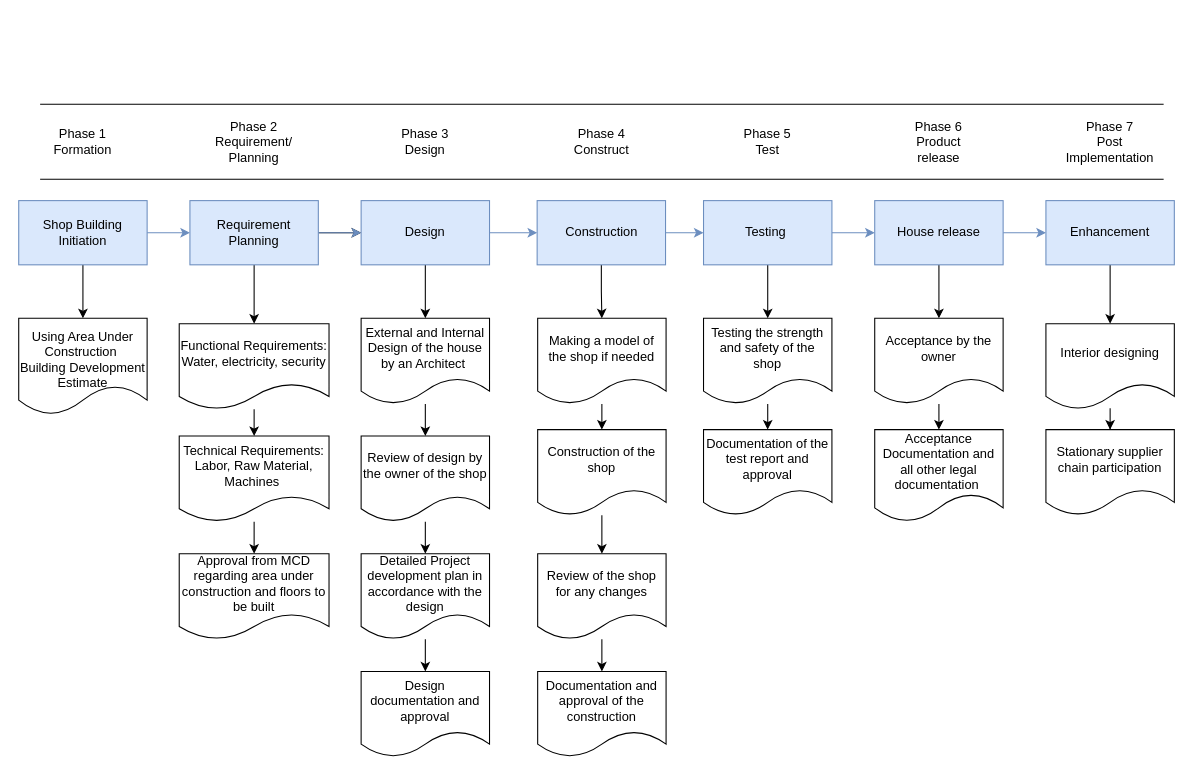
Before: SDLC for opening a stationary shop.drawio in Dikshit28/SEPM_Dikshit19csu379, a draw.io diagram. Source tidied: cells renumbered, new cells numbered last; positions are measured from the earlier drawing's top-left corner, leaving out a move shared by most shapes. Both pictures are drawn from the tidied source at 107%, with x=0, y=0 at pixel (18, 104).
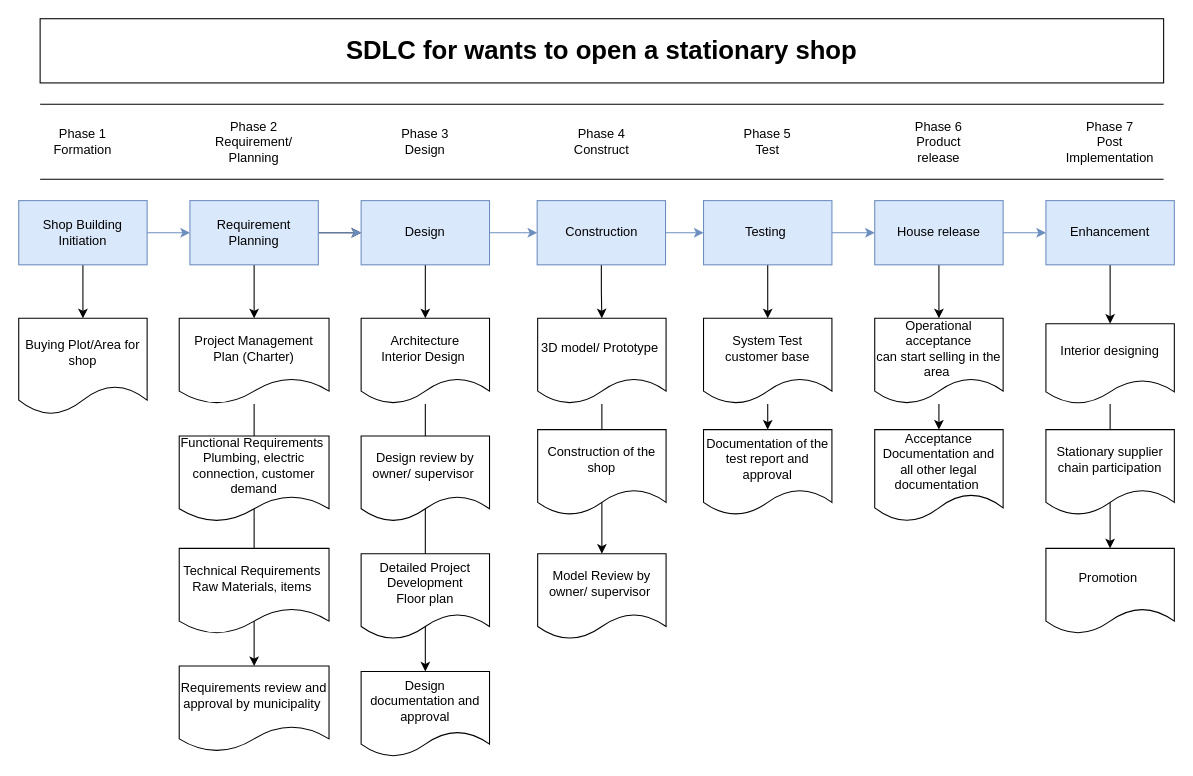
Above is the later version.

The change refers to these unchanged cells:
```xml
<mxCell id="8" value="Requirement&lt;br&gt;Planning" style="rounded=0;whiteSpace=wrap;html=1;fillColor=#dae8fc;strokeColor=#6c8ebf;" parent="1" vertex="1">
  <mxGeometry x="160" y="90" width="120" height="60" as="geometry" />
</mxCell>
<mxCell id="30" value="Construction of the shop" style="shape=document;whiteSpace=wrap;html=1;boundedLbl=1;rounded=0;" parent="1" vertex="1">
  <mxGeometry x="485" y="304" width="120" height="80" as="geometry" />
</mxCell>
<mxCell id="39" value="Design documentation and approval" style="shape=document;whiteSpace=wrap;html=1;boundedLbl=1;rounded=0;" parent="1" vertex="1">
  <mxGeometry x="320" y="530" width="120" height="80" as="geometry" />
</mxCell>
<mxCell id="51" value="Stationary supplier chain participation" style="shape=document;whiteSpace=wrap;html=1;boundedLbl=1;rounded=0;" parent="1" vertex="1">
  <mxGeometry x="960" y="304" width="120" height="80" as="geometry" />
</mxCell>
```

Change to the diagram source:
```diff
@@
-    <mxCell id="6" style="edgeStyle=orthogonalEdgeStyle;rounded=0;jettySize=auto;html=1;" parent="1" edge="1" source="8" target="14">
-      <mxGeometry relative="1" as="geometry" />
-    </mxCell>
@@
+    <mxCell id="61" style="edgeStyle=orthogonalEdgeStyle;rounded=0;jettySize=auto;html=1;" parent="1" edge="1" source="8" target="66">
+      <mxGeometry relative="1" as="geometry" />
+    </mxCell>
@@
-    <mxCell id="12" value="&lt;br&gt;Using Area Under Construction&amp;nbsp;&lt;br&gt;Building Development Estimate" style="shape=document;whiteSpace=wrap;html=1;boundedLbl=1;" parent="1" vertex="1">
+    <mxCell id="12" value="Buying Plot/Area for shop" style="shape=document;whiteSpace=wrap;html=1;boundedLbl=1;" parent="1" vertex="1">
       <mxGeometry y="200" width="120" height="90" as="geometry" />
     </mxCell>
-    <mxCell id="13" style="edgeStyle=orthogonalEdgeStyle;rounded=0;jettySize=auto;html=1;" parent="1" edge="1" source="14" target="16">
-      <mxGeometry relative="1" as="geometry" />
-    </mxCell>
-    <mxCell id="14" value="Functional Requirements:&lt;br&gt;Water, electricity, security" style="shape=document;whiteSpace=wrap;html=1;boundedLbl=1;rounded=0;" parent="1" vertex="1">
-      <mxGeometry x="150" y="205" width="140" height="80" as="geometry" />
-    </mxCell>
-    <mxCell id="15" style="edgeStyle=orthogonalEdgeStyle;rounded=0;jettySize=auto;html=1;" parent="1" edge="1" source="16" target="17">
-      <mxGeometry relative="1" as="geometry" />
-    </mxCell>
-    <mxCell id="16" value="Technical Requirements:&lt;br&gt;Labor, Raw Material, Machines&amp;nbsp;" style="shape=document;whiteSpace=wrap;html=1;boundedLbl=1;rounded=0;" parent="1" vertex="1">
-      <mxGeometry x="150" y="310" width="140" height="80" as="geometry" />
-    </mxCell>
-    <mxCell id="17" value="Approval from MCD regarding area under construction and floors to be built" style="shape=document;whiteSpace=wrap;html=1;boundedLbl=1;rounded=0;" parent="1" vertex="1">
-      <mxGeometry x="150" y="420" width="140" height="80" as="geometry" />
+    <mxCell id="17" value="Requirements review and approval by municipality&amp;nbsp;" style="shape=document;whiteSpace=wrap;html=1;boundedLbl=1;rounded=0;" parent="1" vertex="1">
+      <mxGeometry x="150" y="525" width="140" height="80" as="geometry" />
     </mxCell>
-    <mxCell id="18" style="edgeStyle=orthogonalEdgeStyle;rounded=0;jettySize=auto;html=1;" parent="1" edge="1" source="19" target="21">
-      <mxGeometry relative="1" as="geometry" />
-    </mxCell>
+    <mxCell id="62" style="edgeStyle=orthogonalEdgeStyle;rounded=0;jettySize=auto;html=1;entryX=0.5;entryY=0;entryDx=0;entryDy=0;" parent="1" edge="1" source="19" target="39">
+      <mxGeometry relative="1" as="geometry" />
+    </mxCell>
-    <mxCell id="19" value="External and Internal Design of the house by an Architect&amp;nbsp;" style="shape=document;whiteSpace=wrap;html=1;boundedLbl=1;rounded=0;" parent="1" vertex="1">
+    <mxCell id="19" value="Architecture&lt;br&gt;Interior Design&amp;nbsp;" style="shape=document;whiteSpace=wrap;html=1;boundedLbl=1;rounded=0;" parent="1" vertex="1">
       <mxGeometry x="320" y="200" width="120" height="80" as="geometry" />
     </mxCell>
-    <mxCell id="20" style="edgeStyle=orthogonalEdgeStyle;rounded=0;jettySize=auto;html=1;" parent="1" edge="1" source="21" target="23">
-      <mxGeometry relative="1" as="geometry" />
-    </mxCell>
-    <mxCell id="21" value="Review of design by the owner of the shop" style="shape=document;whiteSpace=wrap;html=1;boundedLbl=1;rounded=0;" parent="1" vertex="1">
+    <mxCell id="21" value="Design review by owner/ supervisor&amp;nbsp;" style="shape=document;whiteSpace=wrap;html=1;boundedLbl=1;rounded=0;" parent="1" vertex="1">
       <mxGeometry x="320" y="310" width="120" height="80" as="geometry" />
     </mxCell>
-    <mxCell id="22" style="edgeStyle=orthogonalEdgeStyle;rounded=0;jettySize=auto;html=1;" parent="1" edge="1" source="23" target="39">
-      <mxGeometry relative="1" as="geometry" />
-    </mxCell>
-    <mxCell id="23" value="Detailed Project development plan in accordance with the design" style="shape=document;whiteSpace=wrap;html=1;boundedLbl=1;rounded=0;" parent="1" vertex="1">
+    <mxCell id="23" value="Detailed Project Development&lt;br&gt;Floor plan" style="shape=document;whiteSpace=wrap;html=1;boundedLbl=1;rounded=0;" parent="1" vertex="1">
       <mxGeometry x="320" y="420" width="120" height="80" as="geometry" />
     </mxCell>
@@
-    <mxCell id="27" style="edgeStyle=orthogonalEdgeStyle;rounded=0;jettySize=auto;html=1;" parent="1" edge="1" source="28" target="30">
-      <mxGeometry relative="1" as="geometry" />
-    </mxCell>
+    <mxCell id="63" style="edgeStyle=orthogonalEdgeStyle;rounded=0;jettySize=auto;html=1;entryX=0.5;entryY=0;entryDx=0;entryDy=0;" parent="1" edge="1" source="28" target="40">
+      <mxGeometry relative="1" as="geometry" />
+    </mxCell>
-    <mxCell id="28" value="Making a model of the shop if needed" style="shape=document;whiteSpace=wrap;html=1;boundedLbl=1;rounded=0;" parent="1" vertex="1">
+    <mxCell id="28" value="3D model/ Prototype&amp;nbsp;" style="shape=document;whiteSpace=wrap;html=1;boundedLbl=1;rounded=0;" parent="1" vertex="1">
       <mxGeometry x="485" y="200" width="120" height="80" as="geometry" />
     </mxCell>
-    <mxCell id="29" style="edgeStyle=orthogonalEdgeStyle;rounded=0;jettySize=auto;html=1;" parent="1" edge="1" source="30" target="32">
-      <mxGeometry relative="1" as="geometry" />
-    </mxCell>
@@
-    <mxCell id="31" style="edgeStyle=orthogonalEdgeStyle;rounded=0;jettySize=auto;html=1;" parent="1" edge="1" source="32" target="40">
-      <mxGeometry relative="1" as="geometry" />
-    </mxCell>
-    <mxCell id="32" value="Review of the shop for any changes" style="shape=document;whiteSpace=wrap;html=1;boundedLbl=1;rounded=0;" parent="1" vertex="1">
-      <mxGeometry x="485" y="420" width="120" height="80" as="geometry" />
-    </mxCell>
@@
-    <mxCell id="37" value="Testing the strength and safety of the shop" style="shape=document;whiteSpace=wrap;html=1;boundedLbl=1;rounded=0;" parent="1" vertex="1">
+    <mxCell id="37" value="System Test&lt;br&gt;customer base" style="shape=document;whiteSpace=wrap;html=1;boundedLbl=1;rounded=0;" parent="1" vertex="1">
       <mxGeometry x="640" y="200" width="120" height="80" as="geometry" />
     </mxCell>
@@
-    <mxCell id="40" value="Documentation and approval of the construction" style="shape=document;whiteSpace=wrap;html=1;boundedLbl=1;rounded=0;" parent="1" vertex="1">
-      <mxGeometry x="485" y="530" width="120" height="80" as="geometry" />
+    <mxCell id="40" value="Model Review by owner/ supervisor&amp;nbsp;" style="shape=document;whiteSpace=wrap;html=1;boundedLbl=1;rounded=0;" parent="1" vertex="1">
+      <mxGeometry x="485" y="420" width="120" height="80" as="geometry" />
     </mxCell>
@@
-    <mxCell id="45" value="Acceptance by the owner" style="shape=document;whiteSpace=wrap;html=1;boundedLbl=1;rounded=0;" parent="1" vertex="1">
+    <mxCell id="45" value="Operational acceptance&lt;br&gt;can start selling in the area&amp;nbsp;" style="shape=document;whiteSpace=wrap;html=1;boundedLbl=1;rounded=0;" parent="1" vertex="1">
       <mxGeometry x="800" y="200" width="120" height="80" as="geometry" />
     </mxCell>
@@
-    <mxCell id="49" style="edgeStyle=orthogonalEdgeStyle;rounded=0;jettySize=auto;html=1;" parent="1" edge="1" source="50" target="51">
-      <mxGeometry relative="1" as="geometry" />
-    </mxCell>
+    <mxCell id="64" style="edgeStyle=orthogonalEdgeStyle;rounded=0;jettySize=auto;html=1;entryX=0.5;entryY=0;entryDx=0;entryDy=0;" parent="1" edge="1" source="50" target="67">
+      <mxGeometry relative="1" as="geometry" />
+    </mxCell>
     <mxCell id="50" value="Interior designing" style="shape=document;whiteSpace=wrap;html=1;boundedLbl=1;rounded=0;" parent="1" vertex="1">
-      <mxGeometry x="960" y="205" width="120" height="80" as="geometry" />
+      <mxGeometry x="960" y="205" width="120" height="75" as="geometry" />
     </mxCell>
@@
+    <mxCell id="65" style="edgeStyle=orthogonalEdgeStyle;rounded=0;jettySize=auto;html=1;entryX=0.5;entryY=0;entryDx=0;entryDy=0;" parent="1" edge="1" source="66" target="17">
+      <mxGeometry relative="1" as="geometry" />
+    </mxCell>
+    <mxCell id="66" value="Project Management Plan (Charter)" style="shape=document;whiteSpace=wrap;html=1;boundedLbl=1;rounded=0;" parent="1" vertex="1">
+      <mxGeometry x="150" y="200" width="140" height="80" as="geometry" />
+    </mxCell>
+    <mxCell id="14" value="Functional Requirements&amp;nbsp;&lt;br&gt;Plumbing, electric connection, customer demand" style="shape=document;whiteSpace=wrap;html=1;boundedLbl=1;rounded=0;" parent="1" vertex="1">
+      <mxGeometry x="150" y="310" width="140" height="80" as="geometry" />
+    </mxCell>
+    <mxCell id="16" value="Technical Requirements&amp;nbsp;&lt;br&gt;Raw Materials, items&amp;nbsp;" style="shape=document;whiteSpace=wrap;html=1;boundedLbl=1;rounded=0;" parent="1" vertex="1">
+      <mxGeometry x="150" y="415" width="140" height="80" as="geometry" />
+    </mxCell>
+    <mxCell id="67" value="Promotion&amp;nbsp;" style="shape=document;whiteSpace=wrap;html=1;boundedLbl=1;rounded=0;" parent="1" vertex="1">
+      <mxGeometry x="960" y="415" width="120" height="80" as="geometry" />
+    </mxCell>
+    <mxCell id="68" value="&lt;font style=&quot;font-size: 24px&quot;&gt;&lt;b&gt;SDLC for wants to open a stationary shop&lt;/b&gt;&lt;/font&gt;" style="whiteSpace=wrap;html=1;fontSize=18;" parent="1" vertex="1">
+      <mxGeometry x="20" y="-80" width="1050" height="60" as="geometry" />
+    </mxCell>
```
